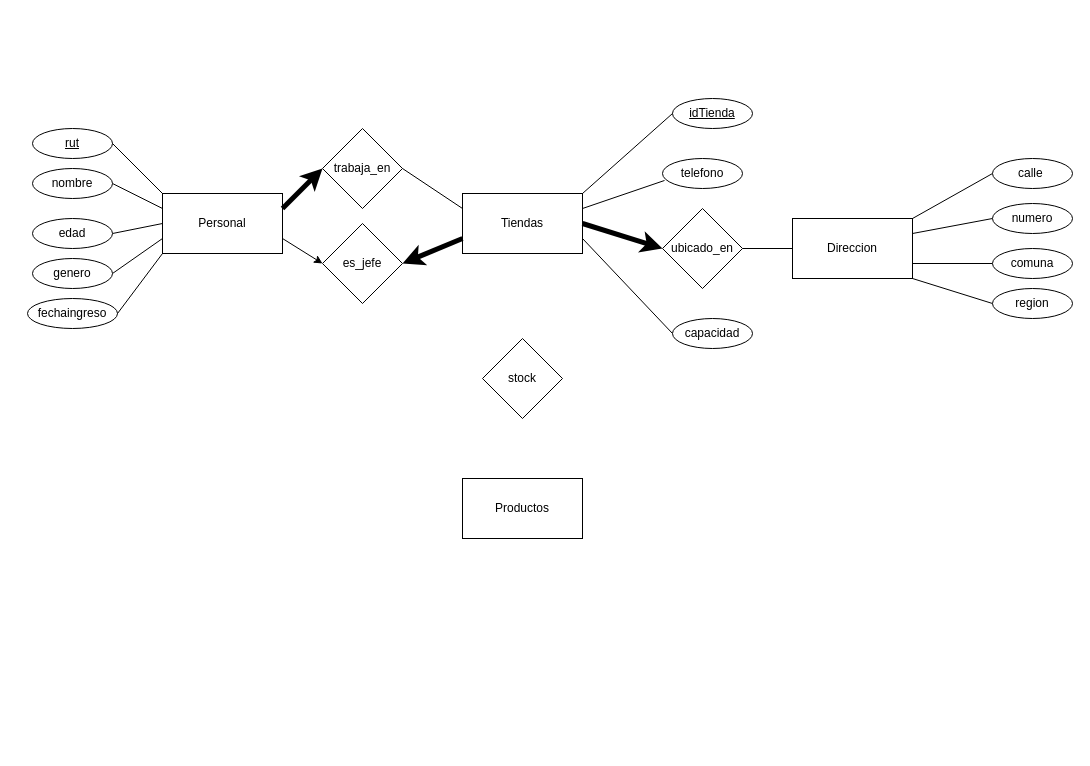
Before: Diagrama sin título.drawio in hperaltav/tareasmia, a draw.io diagram. Source tidied: cells renumbered, new cells numbered last; positions are measured from the earlier drawing's top-left corner, leaving out a move shared by most shapes. Both pictures are drawn from the tidied source at 100%, with x=0, y=0 at pixel (27, 98).
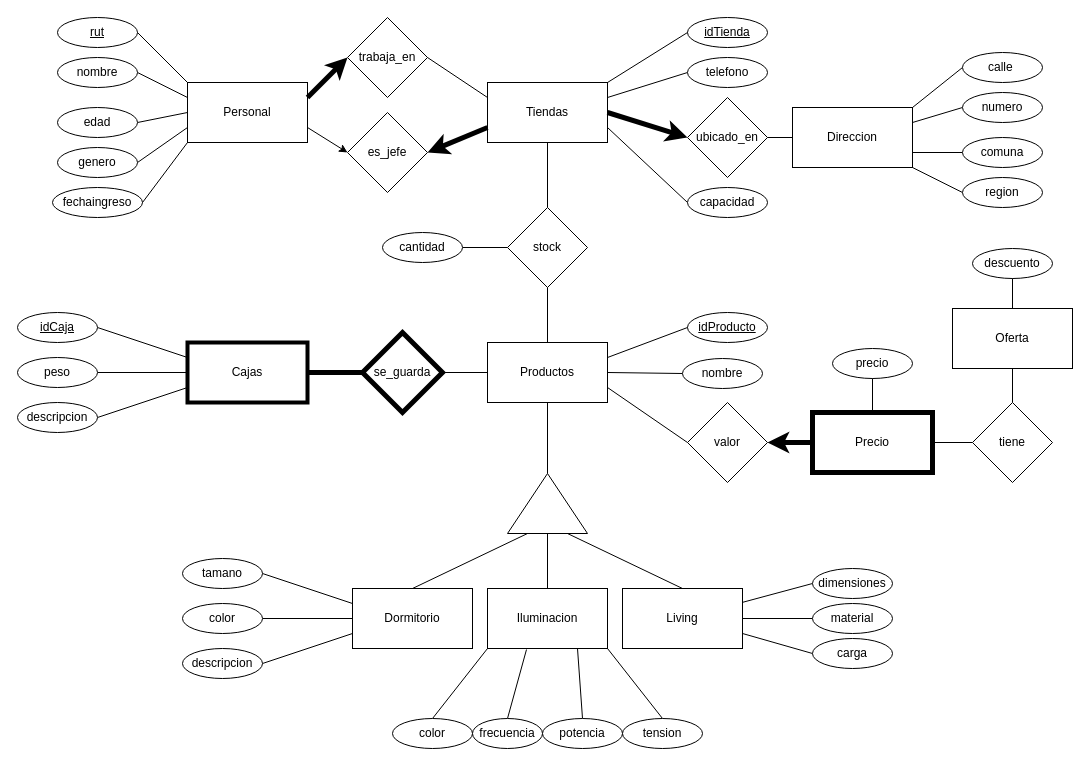
The same page after the edit.

What changed in the source:
```diff
@@
     <mxCell id="2" value="Personal" style="rounded=0;whiteSpace=wrap;html=1;" parent="1" vertex="1">
-      <mxGeometry x="135" y="95" width="120" height="60" as="geometry" />
+      <mxGeometry x="160" y="-16" width="120" height="60" as="geometry" />
     </mxCell>
@@
     <mxCell id="4" value="trabaja_en" style="rhombus;whiteSpace=wrap;html=1;" parent="1" vertex="1">
-      <mxGeometry x="295" y="30" width="80" height="80" as="geometry" />
+      <mxGeometry x="320" y="-81" width="80" height="80" as="geometry" />
     </mxCell>
@@
     <mxCell id="7" value="Tiendas" style="rounded=0;whiteSpace=wrap;html=1;" parent="1" vertex="1">
-      <mxGeometry x="435" y="95" width="120" height="60" as="geometry" />
+      <mxGeometry x="460" y="-16" width="120" height="60" as="geometry" />
     </mxCell>
     <mxCell id="8" value="es_jefe" style="rhombus;whiteSpace=wrap;html=1;" parent="1" vertex="1">
-      <mxGeometry x="295" y="125" width="80" height="80" as="geometry" />
+      <mxGeometry x="320" y="14" width="80" height="80" as="geometry" />
     </mxCell>
@@
     <mxCell id="10" value="rut" style="ellipse;whiteSpace=wrap;html=1;fontStyle=4;" parent="1" vertex="1">
-      <mxGeometry x="5" y="30" width="80" height="30" as="geometry" />
+      <mxGeometry x="30" y="-81" width="80" height="30" as="geometry" />
     </mxCell>
@@
     <mxCell id="15" value="nombre&lt;br&gt;" style="ellipse;whiteSpace=wrap;html=1;" parent="1" vertex="1">
-      <mxGeometry x="5" y="70" width="80" height="30" as="geometry" />
+      <mxGeometry x="30" y="-41" width="80" height="30" as="geometry" />
     </mxCell>
     <mxCell id="16" value="edad" style="ellipse;whiteSpace=wrap;html=1;" parent="1" vertex="1">
-      <mxGeometry x="5" y="120" width="80" height="30" as="geometry" />
+      <mxGeometry x="30" y="9" width="80" height="30" as="geometry" />
     </mxCell>
     <mxCell id="17" value="genero" style="ellipse;whiteSpace=wrap;html=1;" parent="1" vertex="1">
-      <mxGeometry x="5" y="160" width="80" height="30" as="geometry" />
+      <mxGeometry x="30" y="49" width="80" height="30" as="geometry" />
     </mxCell>
     <mxCell id="18" value="fechaingreso" style="ellipse;whiteSpace=wrap;html=1;" parent="1" vertex="1">
-      <mxGeometry y="200" width="90" height="30" as="geometry" />
+      <mxGeometry x="25" y="89" width="90" height="30" as="geometry" />
     </mxCell>
@@
     <mxCell id="20" value="idTienda" style="ellipse;whiteSpace=wrap;html=1;fontStyle=4;" parent="1" vertex="1">
-      <mxGeometry x="645" width="80" height="30" as="geometry" />
+      <mxGeometry x="660" y="-81" width="80" height="30" as="geometry" />
     </mxCell>
@@
-    <mxCell id="23" style="endArrow=none;html=1;rounded=0;entryX=0.025;entryY=0.733;entryDx=0;entryDy=0;exitX=1;exitY=0.25;exitDx=0;exitDy=0;entryPerimeter=0;" parent="1" edge="1" source="7" target="24">
+    <mxCell id="23" style="endArrow=none;html=1;rounded=0;entryX=0;entryY=0.5;entryDx=0;entryDy=0;exitX=1;exitY=0.25;exitDx=0;exitDy=0;" parent="1" edge="1" source="7" target="24">
       <mxGeometry relative="1" as="geometry" />
     </mxCell>
     <mxCell id="24" value="telefono" style="ellipse;whiteSpace=wrap;html=1;" parent="1" vertex="1">
-      <mxGeometry x="635" y="60" width="80" height="30" as="geometry" />
+      <mxGeometry x="660" y="-41" width="80" height="30" as="geometry" />
     </mxCell>
     <mxCell id="25" value="capacidad" style="ellipse;whiteSpace=wrap;html=1;" parent="1" vertex="1">
-      <mxGeometry x="645" y="220" width="80" height="30" as="geometry" />
+      <mxGeometry x="660" y="89" width="80" height="30" as="geometry" />
     </mxCell>
     <mxCell id="26" value="ubicado_en" style="rhombus;whiteSpace=wrap;html=1;" parent="1" vertex="1">
-      <mxGeometry x="635" y="110" width="80" height="80" as="geometry" />
+      <mxGeometry x="660" y="-1" width="80" height="80" as="geometry" />
     </mxCell>
@@
     <mxCell id="28" value="Direccion" style="rounded=0;whiteSpace=wrap;html=1;" parent="1" vertex="1">
-      <mxGeometry x="765" y="120" width="120" height="60" as="geometry" />
+      <mxGeometry x="765" y="9" width="120" height="60" as="geometry" />
     </mxCell>
@@
     <mxCell id="31" value="calle&lt;span style=&quot;white-space: pre;&quot;&gt; &lt;/span&gt;" style="ellipse;whiteSpace=wrap;html=1;" parent="1" vertex="1">
-      <mxGeometry x="965" y="60" width="80" height="30" as="geometry" />
+      <mxGeometry x="935" y="-46" width="80" height="30" as="geometry" />
     </mxCell>
@@
     <mxCell id="33" value="region" style="ellipse;whiteSpace=wrap;html=1;" parent="1" vertex="1">
-      <mxGeometry x="965" y="190" width="80" height="30" as="geometry" />
+      <mxGeometry x="935" y="79" width="80" height="30" as="geometry" />
     </mxCell>
@@
     <mxCell id="35" value="comuna" style="ellipse;whiteSpace=wrap;html=1;" parent="1" vertex="1">
-      <mxGeometry x="965" y="150" width="80" height="30" as="geometry" />
+      <mxGeometry x="935" y="39" width="80" height="30" as="geometry" />
     </mxCell>
@@
     <mxCell id="37" value="numero" style="ellipse;whiteSpace=wrap;html=1;" parent="1" vertex="1">
-      <mxGeometry x="965" y="105" width="80" height="30" as="geometry" />
+      <mxGeometry x="935" y="-6" width="80" height="30" as="geometry" />
     </mxCell>
     <mxCell id="38" value="Productos" style="rounded=0;whiteSpace=wrap;html=1;" parent="1" vertex="1">
-      <mxGeometry x="435" y="380" width="120" height="60" as="geometry" />
+      <mxGeometry x="460" y="244" width="120" height="60" as="geometry" />
     </mxCell>
     <mxCell id="39" value="stock" style="rhombus;whiteSpace=wrap;html=1;" parent="1" vertex="1">
-      <mxGeometry x="455" y="240" width="80" height="80" as="geometry" />
+      <mxGeometry x="480" y="109" width="80" height="80" as="geometry" />
     </mxCell>
+    <mxCell id="40" value="idProducto" style="ellipse;whiteSpace=wrap;html=1;fontStyle=4;" parent="1" vertex="1">
+      <mxGeometry x="660" y="214" width="80" height="30" as="geometry" />
+    </mxCell>
+    <mxCell id="41" style="endArrow=none;html=1;rounded=0;exitX=1;exitY=0.25;exitDx=0;exitDy=0;entryX=0;entryY=0.5;entryDx=0;entryDy=0;" parent="1" edge="1" source="38" target="40">
+      <mxGeometry relative="1" as="geometry" />
+    </mxCell>
+    <mxCell id="42" style="endArrow=none;html=1;rounded=0;exitX=1;exitY=0.5;exitDx=0;exitDy=0;entryX=0;entryY=0.5;entryDx=0;entryDy=0;" parent="1" edge="1" source="38" target="43">
+      <mxGeometry relative="1" as="geometry" />
+    </mxCell>
+    <mxCell id="43" value="nombre" style="ellipse;whiteSpace=wrap;html=1;" parent="1" vertex="1">
+      <mxGeometry x="655" y="260" width="80" height="30" as="geometry" />
+    </mxCell>
+    <mxCell id="44" style="endArrow=none;html=1;rounded=0;entryX=0;entryY=0.5;entryDx=0;entryDy=0;exitX=1;exitY=0.75;exitDx=0;exitDy=0;" parent="1" edge="1" source="38" target="87">
+      <mxGeometry relative="1" as="geometry" />
+    </mxCell>
+    <mxCell id="45" style="triangle;whiteSpace=wrap;html=1;rotation=-90;" parent="1" vertex="1">
+      <mxGeometry x="490" y="365" width="60" height="80" as="geometry" />
+    </mxCell>
+    <mxCell id="46" style="endArrow=none;html=1;rounded=0;exitX=1;exitY=0.5;exitDx=0;exitDy=0;entryX=0.5;entryY=1;entryDx=0;entryDy=0;" parent="1" edge="1" source="45" target="38">
+      <mxGeometry relative="1" as="geometry" />
+    </mxCell>
+    <mxCell id="47" value="Living" style="rounded=0;whiteSpace=wrap;html=1;" parent="1" vertex="1">
+      <mxGeometry x="595" y="490" width="120" height="60" as="geometry" />
+    </mxCell>
+    <mxCell id="48" value="Iluminacion" style="rounded=0;whiteSpace=wrap;html=1;" parent="1" vertex="1">
+      <mxGeometry x="460" y="490" width="120" height="60" as="geometry" />
+    </mxCell>
+    <mxCell id="49" value="Dormitorio" style="rounded=0;whiteSpace=wrap;html=1;" parent="1" vertex="1">
+      <mxGeometry x="325" y="490" width="120" height="60" as="geometry" />
+    </mxCell>
+    <mxCell id="50" style="endArrow=none;html=1;rounded=0;exitX=0.5;exitY=0;exitDx=0;exitDy=0;entryX=0;entryY=0.25;entryDx=0;entryDy=0;" parent="1" edge="1" source="49" target="45">
+      <mxGeometry relative="1" as="geometry" />
+    </mxCell>
+    <mxCell id="51" style="endArrow=none;html=1;rounded=0;exitX=0;exitY=0.5;exitDx=0;exitDy=0;entryX=0.5;entryY=0;entryDx=0;entryDy=0;" parent="1" edge="1" source="45" target="48">
+      <mxGeometry relative="1" as="geometry" />
+    </mxCell>
+    <mxCell id="52" style="endArrow=none;html=1;rounded=0;exitX=0;exitY=0.75;exitDx=0;exitDy=0;entryX=0.5;entryY=0;entryDx=0;entryDy=0;" parent="1" edge="1" source="45" target="47">
+      <mxGeometry relative="1" as="geometry" />
+    </mxCell>
+    <mxCell id="53" style="endArrow=none;html=1;rounded=0;exitX=0;exitY=0.75;exitDx=0;exitDy=0;entryX=1;entryY=0.5;entryDx=0;entryDy=0;" parent="1" edge="1" source="49" target="54">
+      <mxGeometry relative="1" as="geometry" />
+    </mxCell>
+    <mxCell id="54" value="descripcion" style="ellipse;whiteSpace=wrap;html=1;" parent="1" vertex="1">
+      <mxGeometry x="155" y="550" width="80" height="30" as="geometry" />
+    </mxCell>
+    <mxCell id="55" style="endArrow=none;html=1;rounded=0;entryX=1;entryY=0.5;entryDx=0;entryDy=0;exitX=0;exitY=0.5;exitDx=0;exitDy=0;" parent="1" edge="1" source="49" target="56">
+      <mxGeometry relative="1" as="geometry" />
+    </mxCell>
+    <mxCell id="56" value="color" style="ellipse;whiteSpace=wrap;html=1;" parent="1" vertex="1">
+      <mxGeometry x="155" y="505" width="80" height="30" as="geometry" />
+    </mxCell>
+    <mxCell id="57" style="endArrow=none;html=1;rounded=0;entryX=0.5;entryY=0;entryDx=0;entryDy=0;exitX=0;exitY=1;exitDx=0;exitDy=0;" parent="1" edge="1" source="48" target="58">
+      <mxGeometry relative="1" as="geometry" />
+    </mxCell>
+    <mxCell id="58" value="color" style="ellipse;whiteSpace=wrap;html=1;" parent="1" vertex="1">
+      <mxGeometry x="365" y="620" width="80" height="30" as="geometry" />
+    </mxCell>
+    <mxCell id="59" style="endArrow=none;html=1;rounded=0;entryX=1;entryY=0.5;entryDx=0;entryDy=0;exitX=0;exitY=0.25;exitDx=0;exitDy=0;" parent="1" edge="1" source="49" target="60">
+      <mxGeometry relative="1" as="geometry" />
+    </mxCell>
+    <mxCell id="60" value="tamano" style="ellipse;whiteSpace=wrap;html=1;" parent="1" vertex="1">
+      <mxGeometry x="155" y="460" width="80" height="30" as="geometry" />
+    </mxCell>
+    <mxCell id="61" style="endArrow=none;html=1;rounded=0;entryX=0.5;entryY=0;entryDx=0;entryDy=0;exitX=0.325;exitY=1.017;exitDx=0;exitDy=0;exitPerimeter=0;" parent="1" edge="1" source="48" target="62">
+      <mxGeometry relative="1" as="geometry" />
+    </mxCell>
+    <mxCell id="62" value="frecuencia" style="ellipse;whiteSpace=wrap;html=1;" parent="1" vertex="1">
+      <mxGeometry x="445" y="620" width="70" height="30" as="geometry" />
+    </mxCell>
+    <mxCell id="63" style="endArrow=none;html=1;rounded=0;entryX=0.5;entryY=0;entryDx=0;entryDy=0;exitX=0.75;exitY=1;exitDx=0;exitDy=0;" parent="1" edge="1" source="48" target="64">
+      <mxGeometry relative="1" as="geometry" />
+    </mxCell>
+    <mxCell id="64" value="potencia" style="ellipse;whiteSpace=wrap;html=1;" parent="1" vertex="1">
+      <mxGeometry x="515" y="620" width="80" height="30" as="geometry" />
+    </mxCell>
+    <mxCell id="65" style="endArrow=none;html=1;rounded=0;entryX=0.5;entryY=0;entryDx=0;entryDy=0;exitX=1;exitY=1;exitDx=0;exitDy=0;" parent="1" edge="1" source="48" target="66">
+      <mxGeometry relative="1" as="geometry" />
+    </mxCell>
+    <mxCell id="66" value="tension" style="ellipse;whiteSpace=wrap;html=1;" parent="1" vertex="1">
+      <mxGeometry x="595" y="620" width="80" height="30" as="geometry" />
+    </mxCell>
+    <mxCell id="67" style="endArrow=none;html=1;rounded=0;entryX=0;entryY=0.5;entryDx=0;entryDy=0;exitX=1;exitY=0.5;exitDx=0;exitDy=0;" parent="1" edge="1" source="47" target="68">
+      <mxGeometry relative="1" as="geometry" />
+    </mxCell>
+    <mxCell id="68" value="material" style="ellipse;whiteSpace=wrap;html=1;" parent="1" vertex="1">
+      <mxGeometry x="785" y="505" width="80" height="30" as="geometry" />
+    </mxCell>
+    <mxCell id="69" style="endArrow=none;html=1;rounded=0;entryX=0;entryY=0.5;entryDx=0;entryDy=0;" parent="1" edge="1" source="47" target="70">
+      <mxGeometry relative="1" as="geometry" />
+    </mxCell>
+    <mxCell id="70" value="dimensiones" style="ellipse;whiteSpace=wrap;html=1;" parent="1" vertex="1">
+      <mxGeometry x="785" y="470" width="80" height="30" as="geometry" />
+    </mxCell>
+    <mxCell id="71" style="endArrow=none;html=1;rounded=0;entryX=0;entryY=0.5;entryDx=0;entryDy=0;exitX=1;exitY=0.75;exitDx=0;exitDy=0;" parent="1" edge="1" source="47" target="72">
+      <mxGeometry relative="1" as="geometry" />
+    </mxCell>
+    <mxCell id="72" value="carga" style="ellipse;whiteSpace=wrap;html=1;" parent="1" vertex="1">
+      <mxGeometry x="785" y="540" width="80" height="30" as="geometry" />
+    </mxCell>
+    <mxCell id="73" style="endArrow=none;html=1;rounded=0;exitX=0.5;exitY=0;exitDx=0;exitDy=0;entryX=0.5;entryY=1;entryDx=0;entryDy=0;" parent="1" edge="1" source="38" target="39">
+      <mxGeometry relative="1" as="geometry" />
+    </mxCell>
+    <mxCell id="74" style="endArrow=none;html=1;rounded=0;exitX=0.5;exitY=0;exitDx=0;exitDy=0;entryX=0.5;entryY=1;entryDx=0;entryDy=0;" parent="1" edge="1" source="39" target="7">
+      <mxGeometry relative="1" as="geometry" />
+    </mxCell>
+    <mxCell id="75" style="endArrow=none;html=1;rounded=0;exitX=0;exitY=0.5;exitDx=0;exitDy=0;entryX=1;entryY=0.5;entryDx=0;entryDy=0;" parent="1" edge="1" source="38" target="76">
+      <mxGeometry relative="1" as="geometry" />
+    </mxCell>
+    <mxCell id="76" value="se_guarda" style="rhombus;whiteSpace=wrap;html=1;strokeWidth=5;" parent="1" vertex="1">
+      <mxGeometry x="335" y="234" width="80" height="80" as="geometry" />
+    </mxCell>
+    <mxCell id="77" value="Cajas&lt;br&gt;" style="rounded=0;whiteSpace=wrap;html=1;strokeWidth=4;" parent="1" vertex="1">
+      <mxGeometry x="160" y="244" width="120" height="60" as="geometry" />
+    </mxCell>
+    <mxCell id="78" style="endArrow=none;html=1;rounded=0;exitX=0;exitY=0.75;exitDx=0;exitDy=0;entryX=1;entryY=0.5;entryDx=0;entryDy=0;" parent="1" edge="1" source="77" target="79">
+      <mxGeometry relative="1" as="geometry" />
+    </mxCell>
+    <mxCell id="79" value="descripcion" style="ellipse;whiteSpace=wrap;html=1;" parent="1" vertex="1">
+      <mxGeometry x="-10" y="304" width="80" height="30" as="geometry" />
+    </mxCell>
+    <mxCell id="80" style="endArrow=none;html=1;rounded=0;entryX=1;entryY=0.5;entryDx=0;entryDy=0;exitX=0;exitY=0.5;exitDx=0;exitDy=0;" parent="1" edge="1" source="77" target="81">
+      <mxGeometry relative="1" as="geometry" />
+    </mxCell>
+    <mxCell id="81" value="peso" style="ellipse;whiteSpace=wrap;html=1;" parent="1" vertex="1">
+      <mxGeometry x="-10" y="259" width="80" height="30" as="geometry" />
+    </mxCell>
+    <mxCell id="82" style="endArrow=none;html=1;rounded=0;entryX=1;entryY=0.5;entryDx=0;entryDy=0;exitX=0;exitY=0.25;exitDx=0;exitDy=0;" parent="1" edge="1" source="77" target="83">
+      <mxGeometry relative="1" as="geometry" />
+    </mxCell>
+    <mxCell id="83" value="idCaja" style="ellipse;whiteSpace=wrap;html=1;fontStyle=4;" parent="1" vertex="1">
+      <mxGeometry x="-10" y="214" width="80" height="30" as="geometry" />
+    </mxCell>
+    <mxCell id="84" style="endArrow=none;html=1;rounded=0;entryX=0;entryY=0.5;entryDx=0;entryDy=0;exitX=1;exitY=0.5;exitDx=0;exitDy=0;" parent="1" edge="1" source="85" target="39">
+      <mxGeometry relative="1" as="geometry" />
+    </mxCell>
+    <mxCell id="85" value="cantidad" style="ellipse;whiteSpace=wrap;html=1;" parent="1" vertex="1">
+      <mxGeometry x="355" y="134" width="80" height="30" as="geometry" />
+    </mxCell>
+    <mxCell id="86" value="Precio" style="rounded=0;whiteSpace=wrap;html=1;strokeWidth=5;" parent="1" vertex="1">
+      <mxGeometry x="785" y="314" width="120" height="60" as="geometry" />
+    </mxCell>
+    <mxCell id="87" value="valor" style="rhombus;whiteSpace=wrap;html=1;" parent="1" vertex="1">
+      <mxGeometry x="660" y="304" width="80" height="80" as="geometry" />
+    </mxCell>
+    <mxCell id="88" value="tiene" style="rhombus;whiteSpace=wrap;html=1;" parent="1" vertex="1">
+      <mxGeometry x="945" y="304" width="80" height="80" as="geometry" />
+    </mxCell>
+    <mxCell id="89" style="endArrow=none;html=1;rounded=0;exitX=1;exitY=0.5;exitDx=0;exitDy=0;entryX=0;entryY=0.5;entryDx=0;entryDy=0;" parent="1" edge="1" source="86" target="88">
+      <mxGeometry relative="1" as="geometry" />
+    </mxCell>
+    <mxCell id="90" value="Oferta" style="rounded=0;whiteSpace=wrap;html=1;" parent="1" vertex="1">
+      <mxGeometry x="925" y="210" width="120" height="60" as="geometry" />
+    </mxCell>
+    <mxCell id="91" style="endArrow=none;html=1;rounded=0;entryX=0.5;entryY=0;entryDx=0;entryDy=0;exitX=0.5;exitY=1;exitDx=0;exitDy=0;" parent="1" edge="1" source="90" target="88">
+      <mxGeometry relative="1" as="geometry" />
+    </mxCell>
+    <mxCell id="92" style="endArrow=none;html=1;rounded=0;exitX=1;exitY=0.5;exitDx=0;exitDy=0;entryX=0;entryY=0.5;entryDx=0;entryDy=0;fontSize=14;strokeWidth=5;" parent="1" edge="1" source="77" target="76">
+      <mxGeometry relative="1" as="geometry" />
+    </mxCell>
+    <mxCell id="93" style="endArrow=classic;html=1;rounded=0;exitX=0;exitY=0.5;exitDx=0;exitDy=0;entryX=1;entryY=0.5;entryDx=0;entryDy=0;strokeWidth=5;" parent="1" edge="1" source="86" target="87">
+      <mxGeometry relative="1" as="geometry" />
+    </mxCell>
+    <mxCell id="94" value="precio" style="ellipse;whiteSpace=wrap;html=1;" parent="1" vertex="1">
+      <mxGeometry x="805" y="250" width="80" height="30" as="geometry" />
+    </mxCell>
+    <mxCell id="95" style="endArrow=none;html=1;rounded=0;entryX=0.5;entryY=1;entryDx=0;entryDy=0;exitX=0.5;exitY=0;exitDx=0;exitDy=0;" parent="1" edge="1" source="86" target="94">
+      <mxGeometry relative="1" as="geometry" />
+    </mxCell>
+    <mxCell id="96" style="endArrow=none;html=1;rounded=0;exitX=0.5;exitY=0;exitDx=0;exitDy=0;entryX=0.5;entryY=0.867;entryDx=0;entryDy=0;entryPerimeter=0;" parent="1" edge="1" source="90" target="97">
+      <mxGeometry relative="1" as="geometry" />
+    </mxCell>
+    <mxCell id="97" value="descuento" style="ellipse;whiteSpace=wrap;html=1;" parent="1" vertex="1">
+      <mxGeometry x="945" y="150" width="80" height="30" as="geometry" />
+    </mxCell>
```
